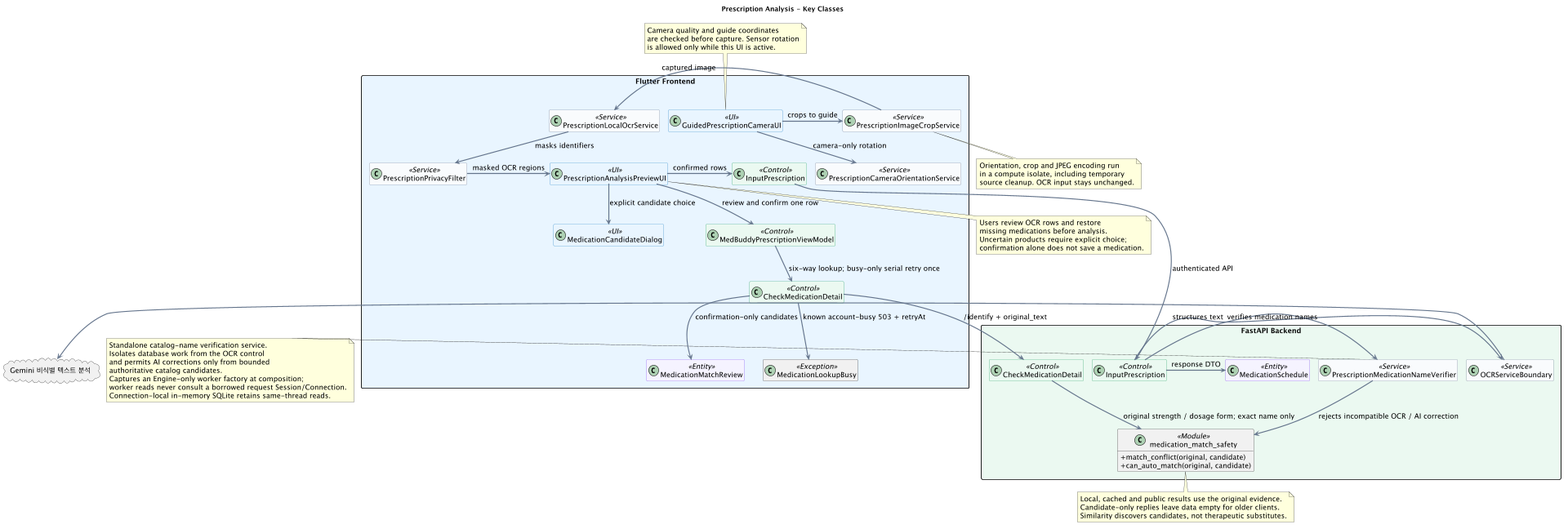
Before: docs/UML/class/02_PrescriptionAnalysis.png, a diagram exported from PlantUML (1window2/MedBuddy).
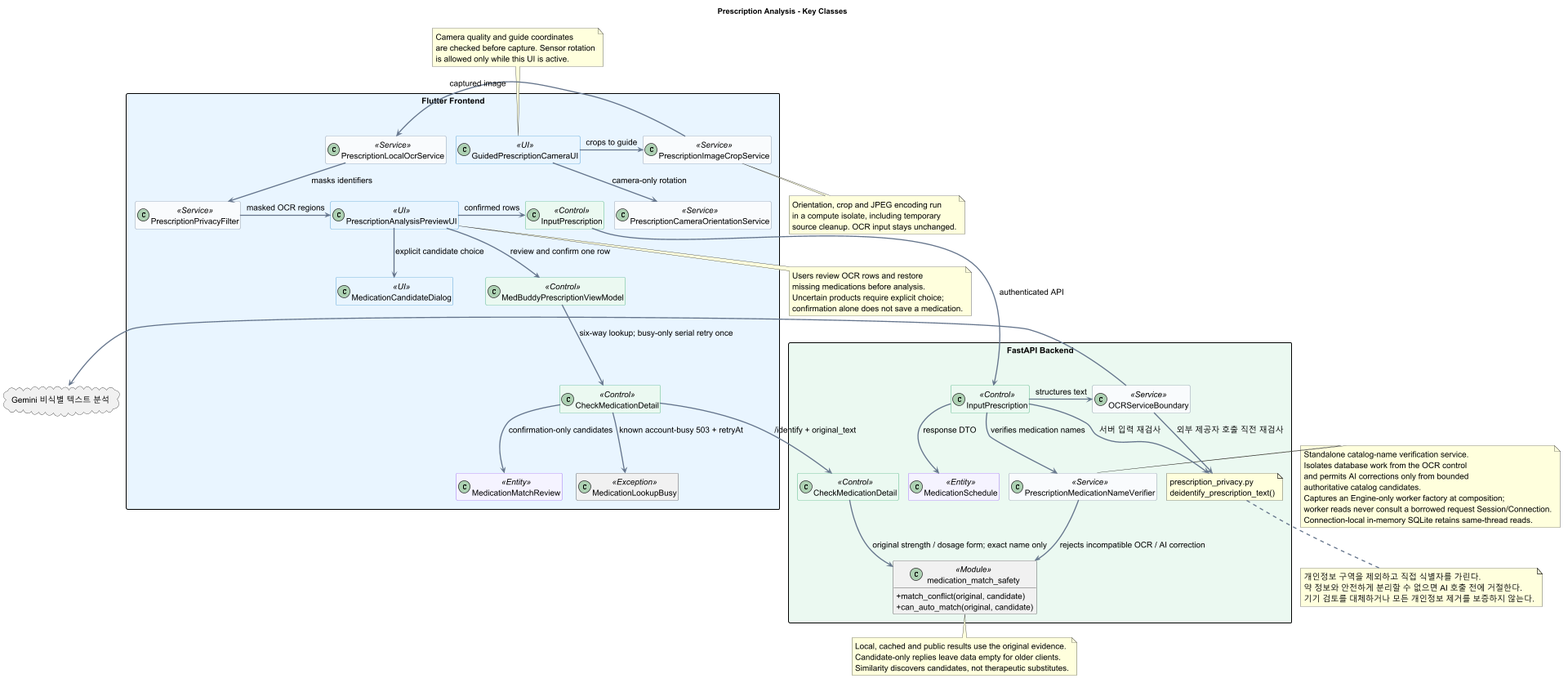
The same diagram one commit later.

Diff of the diagram source:
```diff
@@ -9,6 +9,8 @@
 skinparam backgroundColor white
 skinparam shadowing false
 skinparam linetype ortho
+skinparam nodesep 60
+skinparam ranksep 85
 skinparam defaultFontName SansSerif
 skinparam defaultFontSize 15
 skinparam ArrowColor #64748B
@@ -46,6 +48,7 @@
 package "FastAPI Backend" #EAF8F0 {
   class "InputPrescription" as BInputPrescription <<Control>>
   class OCRServiceBoundary <<Service>>
+  note "prescription_privacy.py\ndeidentify_prescription_text()" as PrescriptionPrivacy
   class "PrescriptionMedicationNameVerifier" as MedicationNameVerifier <<Service>>
   class "MedicationSchedule" as BMedicationSchedule <<Entity>>
   class "CheckMedicationDetail" as BCheckMedicationDetail <<Control>>
@@ -65,9 +68,16 @@
 PrescriptionAnalysisPreviewUI -right-> FInputPrescription : confirmed rows
 FInputPrescription -down-> BInputPrescription : authenticated API
 BInputPrescription -right-> OCRServiceBoundary : structures text
+BInputPrescription --> PrescriptionPrivacy : 서버 입력 재검사
+OCRServiceBoundary --> PrescriptionPrivacy : 외부 제공자 호출 직전 재검사
+note bottom of PrescriptionPrivacy
+  개인정보 구역을 제외하고 직접 식별자를 가린다.
+  약 정보와 안전하게 분리할 수 없으면 AI 호출 전에 거절한다.
+  기기 검토를 대체하거나 모든 개인정보 제거를 보증하지 않는다.
+end note
 OCRServiceBoundary -right-> Gemini
-BInputPrescription -right-> MedicationNameVerifier : verifies medication names
-BInputPrescription -right-> BMedicationSchedule : response DTO
+BInputPrescription -down-> MedicationNameVerifier : verifies medication names
+BInputPrescription -down-> BMedicationSchedule : response DTO
 MedicationNameVerifier --> MatchSafety : rejects incompatible OCR / AI correction
 PrescriptionAnalysisPreviewUI --> MedBuddyPrescriptionViewModel : review and confirm one row
 PrescriptionAnalysisPreviewUI --> MedicationCandidateDialog : explicit candidate choice
```
